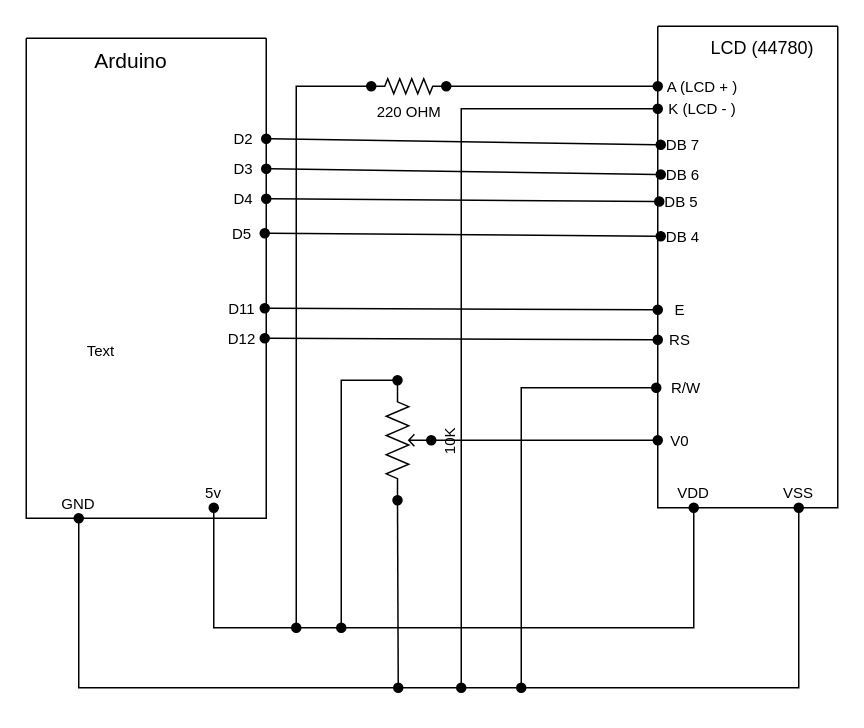
Before: docs/circuits/lcd.drawio in sfawcett123/dcc, a draw.io diagram. Source tidied: cells renumbered, new cells numbered last; positions are measured from the earlier drawing's top-left corner, leaving out a move shared by most shapes. Both pictures are drawn from the tidied source at 150%, with x=0, y=0 at pixel (26, 26).
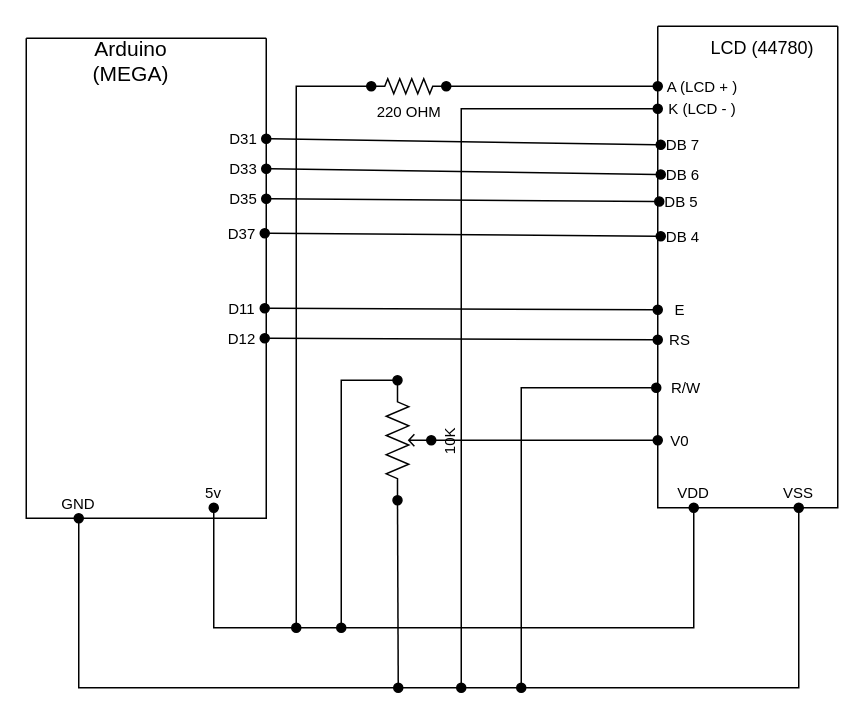
The same page after the edit.

Unchanged cells that the change refers to:
```xml
<mxCell id="2" style="swimlane;startSize=0;" parent="1" vertex="1">
  <mxGeometry y="8" width="160" height="320" as="geometry" />
</mxCell>
```

Change to the diagram source:
```diff
@@
-    <mxCell id="3" value="&lt;font style=&quot;font-size: 10px&quot;&gt;D5&lt;/font&gt;" style="text;html=1;strokeColor=none;fillColor=none;align=center;verticalAlign=middle;whiteSpace=wrap;rounded=0;" parent="2" vertex="1">
+    <mxCell id="3" value="&lt;font style=&quot;font-size: 10px&quot;&gt;D37&lt;/font&gt;" style="text;html=1;strokeColor=none;fillColor=none;align=center;verticalAlign=middle;whiteSpace=wrap;rounded=0;" parent="2" vertex="1">
       <mxGeometry x="129" y="120" width="30" height="20" as="geometry" />
     </mxCell>
-    <mxCell id="4" value="&lt;font style=&quot;font-size: 10px&quot;&gt;D4&lt;/font&gt;" style="text;html=1;strokeColor=none;fillColor=none;align=center;verticalAlign=middle;whiteSpace=wrap;rounded=0;" parent="2" vertex="1">
+    <mxCell id="4" value="&lt;font style=&quot;font-size: 10px&quot;&gt;D35&lt;/font&gt;" style="text;html=1;strokeColor=none;fillColor=none;align=center;verticalAlign=middle;whiteSpace=wrap;rounded=0;" parent="2" vertex="1">
       <mxGeometry x="130" y="97" width="30" height="20" as="geometry" />
     </mxCell>
-    <mxCell id="5" value="&lt;font style=&quot;font-size: 10px&quot;&gt;D3&lt;/font&gt;" style="text;html=1;strokeColor=none;fillColor=none;align=center;verticalAlign=middle;whiteSpace=wrap;rounded=0;" parent="2" vertex="1">
+    <mxCell id="5" value="&lt;font style=&quot;font-size: 10px&quot;&gt;D33&lt;/font&gt;" style="text;html=1;strokeColor=none;fillColor=none;align=center;verticalAlign=middle;whiteSpace=wrap;rounded=0;" parent="2" vertex="1">
       <mxGeometry x="130" y="77" width="30" height="20" as="geometry" />
     </mxCell>
-    <mxCell id="6" value="&lt;font style=&quot;font-size: 10px&quot;&gt;D2&lt;/font&gt;" style="text;html=1;strokeColor=none;fillColor=none;align=center;verticalAlign=middle;whiteSpace=wrap;rounded=0;" parent="2" vertex="1">
+    <mxCell id="6" value="&lt;font style=&quot;font-size: 10px&quot;&gt;D31&lt;/font&gt;" style="text;html=1;strokeColor=none;fillColor=none;align=center;verticalAlign=middle;whiteSpace=wrap;rounded=0;" parent="2" vertex="1">
       <mxGeometry x="130" y="57" width="30" height="20" as="geometry" />
     </mxCell>
@@
-    <mxCell id="11" value="Arduino" style="text;html=1;strokeColor=none;fillColor=none;align=center;verticalAlign=middle;whiteSpace=wrap;rounded=0;fontSize=14;" parent="2" vertex="1">
+    <mxCell id="11" value="Arduino&lt;br&gt;(MEGA)" style="text;html=1;strokeColor=none;fillColor=none;align=center;verticalAlign=middle;whiteSpace=wrap;rounded=0;fontSize=14;" parent="2" vertex="1">
       <mxGeometry x="40" width="60" height="30" as="geometry" />
     </mxCell>
@@
-    <mxCell id="44" value="Text" style="text;html=1;strokeColor=none;fillColor=none;align=center;verticalAlign=middle;whiteSpace=wrap;rounded=0;fontSize=10;" parent="1" vertex="1">
-      <mxGeometry x="20" y="201" width="60" height="30" as="geometry" />
-    </mxCell>
```
